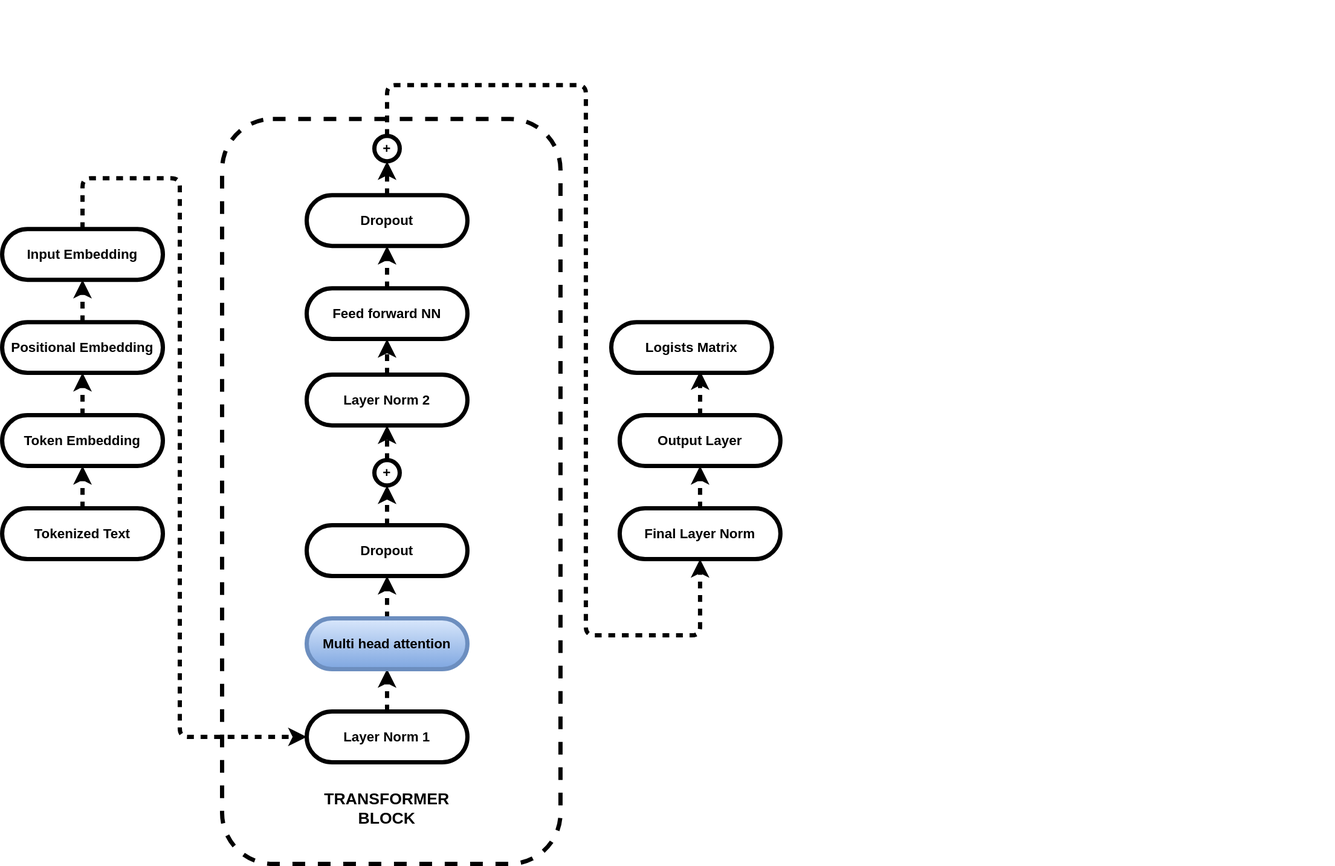
Before: images/genai/self-attention-big-pic.svg, a diagram exported from draw.io (samratkar/samratkar.github.io). Source tidied: cells renumbered, new cells last; positions are measured from the earlier drawing's top-left corner, leaving out a move shared by most shapes.
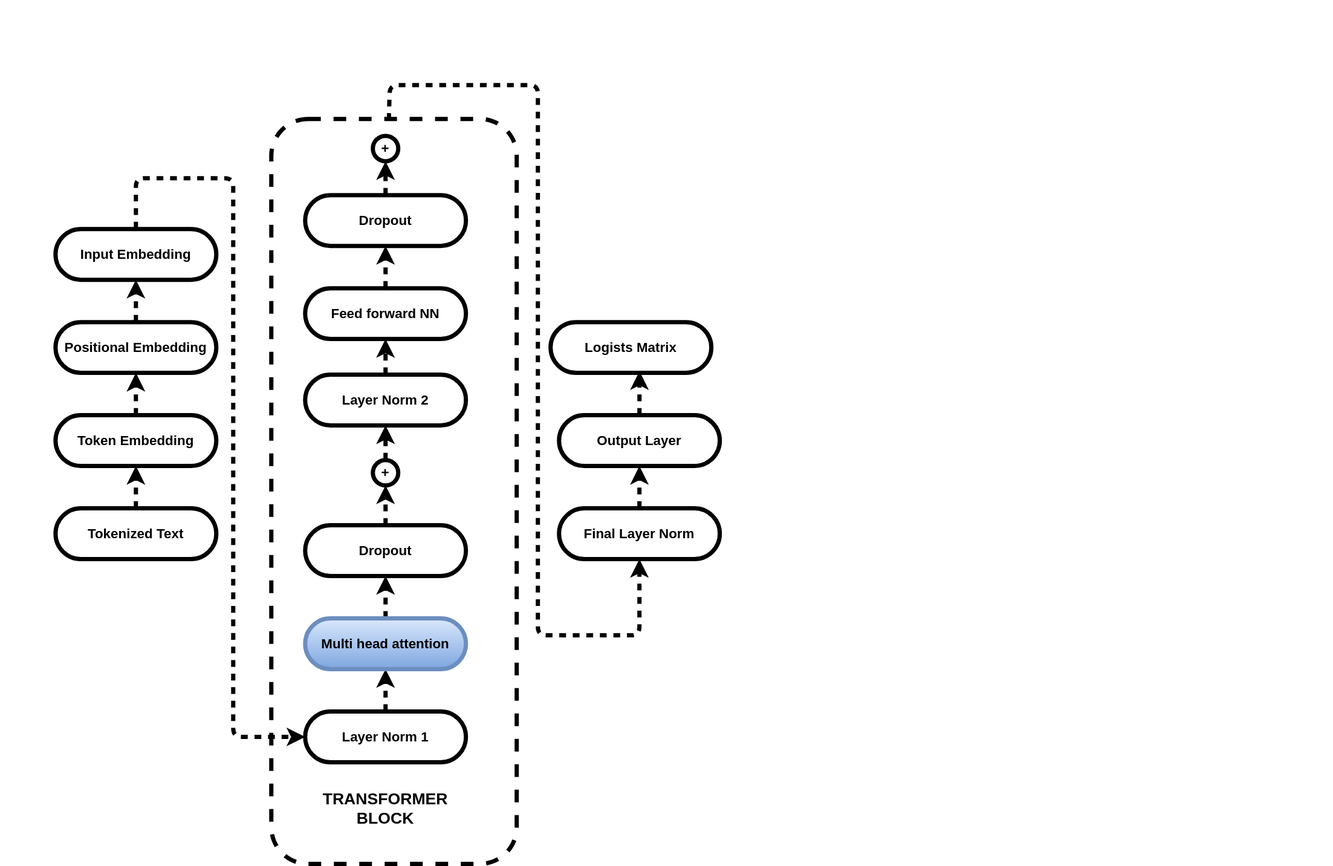
After the commit.

What changed in the source:
```diff
@@ -6,22 +6,22 @@
       <mxGeometry width="1575" height="1020" as="geometry" />
     </mxCell>
     <mxCell id="3" style="rounded=1;whiteSpace=wrap;html=1;dashed=1;fontSize=16;fontStyle=1;strokeWidth=5;" parent="2" vertex="1">
-      <mxGeometry x="260" y="140" width="400" height="880" as="geometry" />
+      <mxGeometry x="320" y="140" width="290" height="880" as="geometry" />
     </mxCell>
     <mxCell id="4" style="edgeStyle=none;html=1;fontSize=16;fontStyle=1;strokeWidth=5;flowAnimation=1;" parent="2" edge="1" source="5" target="7">
       <mxGeometry relative="1" as="geometry" />
     </mxCell>
     <mxCell id="5" value="Tokenized Text" style="html=1;dashed=0;whiteSpace=wrap;shape=mxgraph.dfd.start;fontSize=16;fontStyle=1;strokeWidth=5;" parent="2" vertex="1">
-      <mxGeometry y="600" width="190" height="60" as="geometry" />
+      <mxGeometry x="65" y="600" width="190" height="60" as="geometry" />
     </mxCell>
     <mxCell id="6" style="edgeStyle=none;html=1;fontSize=16;fontStyle=1;strokeWidth=5;flowAnimation=1;" parent="2" edge="1" source="7" target="8">
       <mxGeometry relative="1" as="geometry" />
     </mxCell>
     <mxCell id="7" value="Token Embedding" style="html=1;dashed=0;whiteSpace=wrap;shape=mxgraph.dfd.start;fontSize=16;fontStyle=1;strokeWidth=5;" parent="2" vertex="1">
-      <mxGeometry y="490" width="190" height="60" as="geometry" />
+      <mxGeometry x="65" y="490" width="190" height="60" as="geometry" />
     </mxCell>
     <mxCell id="8" value="Positional Embedding" style="html=1;dashed=0;whiteSpace=wrap;shape=mxgraph.dfd.start;fontSize=16;fontStyle=1;strokeWidth=5;" parent="2" vertex="1">
-      <mxGeometry y="380" width="190" height="60" as="geometry" />
+      <mxGeometry x="65" y="380" width="190" height="60" as="geometry" />
     </mxCell>
     <mxCell id="9" style="edgeStyle=none;html=1;fontSize=16;fontStyle=1;strokeWidth=5;flowAnimation=1;" parent="2" edge="1" source="10" target="12">
       <mxGeometry relative="1" as="geometry" />
@@ -69,38 +69,38 @@
       <mxGeometry x="440" y="160" width="30" height="30" as="geometry" />
     </mxCell>
     <mxCell id="24" value="Final Layer Norm" style="html=1;dashed=0;whiteSpace=wrap;shape=mxgraph.dfd.start;fontSize=16;fontStyle=1;strokeWidth=5;" parent="2" vertex="1">
-      <mxGeometry x="730" y="600" width="190" height="60" as="geometry" />
+      <mxGeometry x="660" y="600" width="190" height="60" as="geometry" />
     </mxCell>
     <mxCell id="25" value="Output Layer" style="html=1;dashed=0;whiteSpace=wrap;shape=mxgraph.dfd.start;fontSize=16;fontStyle=1;strokeWidth=5;" parent="2" vertex="1">
-      <mxGeometry x="730" y="490" width="190" height="60" as="geometry" />
+      <mxGeometry x="660" y="490" width="190" height="60" as="geometry" />
     </mxCell>
     <mxCell id="26" style="edgeStyle=none;html=1;entryX=0.5;entryY=1;entryDx=0;entryDy=0;entryPerimeter=0;fontSize=16;fontStyle=1;strokeWidth=5;flowAnimation=1;" parent="2" edge="1" source="24" target="25">
       <mxGeometry relative="1" as="geometry" />
     </mxCell>
     <mxCell id="27" value="Logists Matrix" style="html=1;dashed=0;whiteSpace=wrap;shape=mxgraph.dfd.start;fontSize=16;fontStyle=1;strokeWidth=5;" parent="2" vertex="1">
-      <mxGeometry x="720" y="380" width="190" height="60" as="geometry" />
+      <mxGeometry x="650" y="380" width="190" height="60" as="geometry" />
     </mxCell>
     <mxCell id="28" style="edgeStyle=none;html=1;entryX=0.553;entryY=0.967;entryDx=0;entryDy=0;entryPerimeter=0;fontSize=16;fontStyle=1;strokeWidth=5;flowAnimation=1;" parent="2" edge="1" source="25" target="27">
       <mxGeometry relative="1" as="geometry" />
     </mxCell>
-    <mxCell id="29" style="endArrow=classic;html=1;exitX=0.5;exitY=0;exitDx=0;exitDy=0;entryX=0.5;entryY=0.5;entryDx=0;entryDy=30;entryPerimeter=0;fontSize=16;fontStyle=1;strokeWidth=5;flowAnimation=1;" parent="2" edge="1" source="23" target="24">
+    <mxCell id="29" style="endArrow=classic;html=1;exitX=0.479;exitY=0.002;exitDx=0;exitDy=0;entryX=0.5;entryY=0.5;entryDx=0;entryDy=30;entryPerimeter=0;fontSize=16;fontStyle=1;strokeWidth=5;flowAnimation=1;exitPerimeter=0;" parent="2" edge="1" source="3" target="24">
       <mxGeometry relative="1" as="geometry">
         <Array as="points">
-          <mxPoint x="455" y="100" />
-          <mxPoint x="690" y="100" />
-          <mxPoint x="690" y="370" />
-          <mxPoint x="690" y="750" />
-          <mxPoint x="825" y="750" />
+          <mxPoint x="460" y="100" />
+          <mxPoint x="635" y="100" />
+          <mxPoint x="635" y="370" />
+          <mxPoint x="635" y="750" />
+          <mxPoint x="755" y="750" />
         </Array>
       </mxGeometry>
     </mxCell>
-    <mxCell id="30" style="endArrow=classic;html=1;entryX=0;entryY=0.5;entryDx=0;entryDy=0;entryPerimeter=0;fontSize=16;fontStyle=1;strokeWidth=5;flowAnimation=1;exitX=0.5;exitY=0.5;exitDx=0;exitDy=-30;exitPerimeter=0;" parent="2" edge="1" source="32" target="10">
+    <mxCell id="30" style="endArrow=classic;html=1;fontSize=16;fontStyle=1;strokeWidth=5;flowAnimation=1;exitX=0.5;exitY=0.5;exitDx=0;exitDy=-30;exitPerimeter=0;entryX=0;entryY=0.5;entryDx=0;entryDy=0;entryPerimeter=0;" parent="2" edge="1" source="32" target="10">
       <mxGeometry relative="1" as="geometry">
         <Array as="points">
-          <mxPoint x="95" y="210" />
-          <mxPoint x="210" y="210" />
-          <mxPoint x="210" y="330" />
-          <mxPoint x="210" y="870" />
+          <mxPoint x="160" y="210" />
+          <mxPoint x="275" y="210" />
+          <mxPoint x="275" y="330" />
+          <mxPoint x="275" y="870" />
         </Array>
       </mxGeometry>
     </mxCell>
@@ -108,7 +108,7 @@
       <mxGeometry x="425" y="940" width="60" height="30" as="geometry" />
     </mxCell>
     <mxCell id="32" value="Input Embedding" style="html=1;dashed=0;whiteSpace=wrap;shape=mxgraph.dfd.start;fontSize=16;fontStyle=1;strokeWidth=5;" parent="2" vertex="1">
-      <mxGeometry y="270" width="190" height="60" as="geometry" />
+      <mxGeometry x="65" y="270" width="190" height="60" as="geometry" />
     </mxCell>
     <mxCell id="33" style="edgeStyle=none;html=1;entryX=0.5;entryY=0.5;entryDx=0;entryDy=30;entryPerimeter=0;strokeWidth=5;flowAnimation=1;" parent="2" edge="1" source="8" target="32">
       <mxGeometry relative="1" as="geometry" />
```
